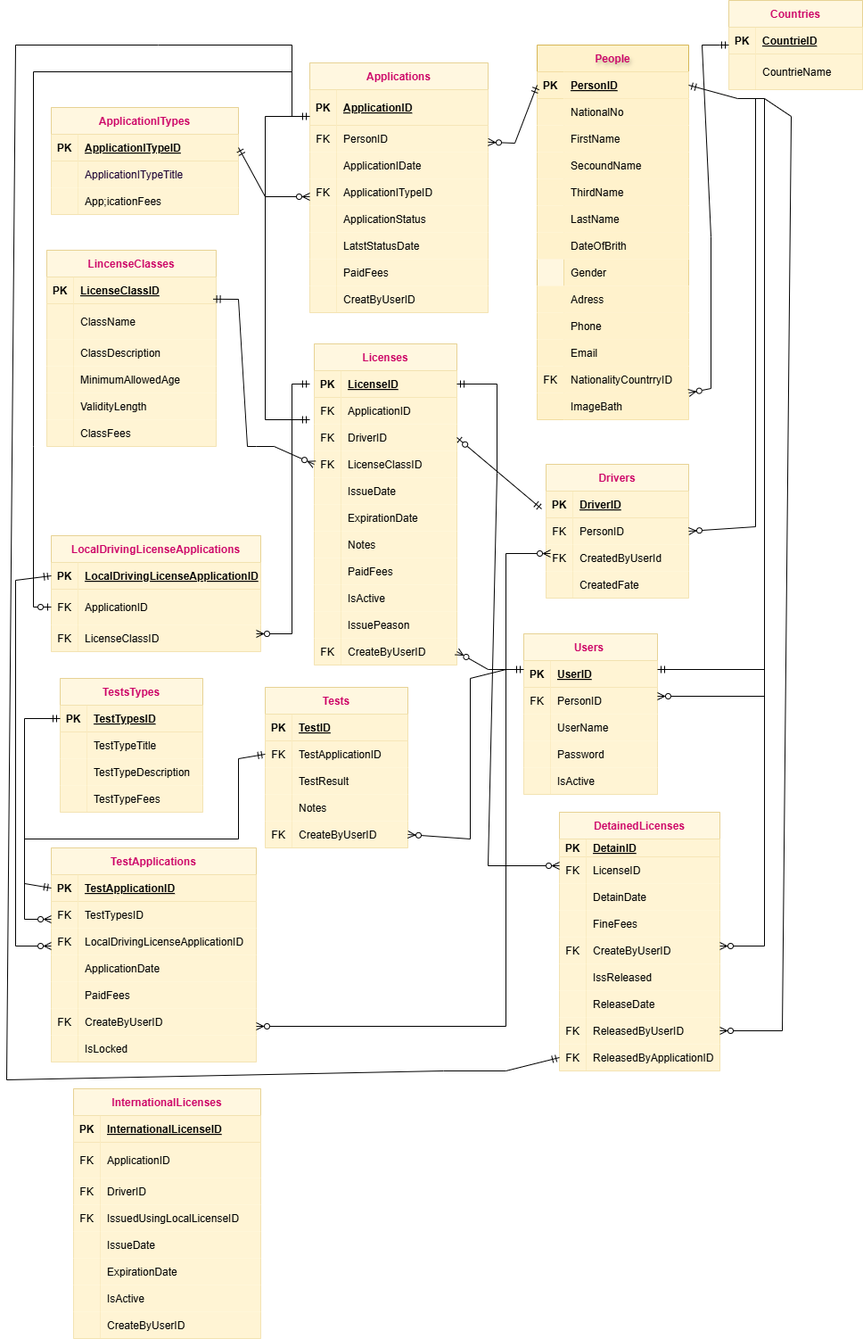
The draw.io diagram Untitled Diagram.drawio.png in azizadiab/Driving-License-Department, before a commit. Source tidied: cells renumbered, new cells last; positions are measured from the earlier drawing's top-left corner, leaving out a move shared by most shapes.
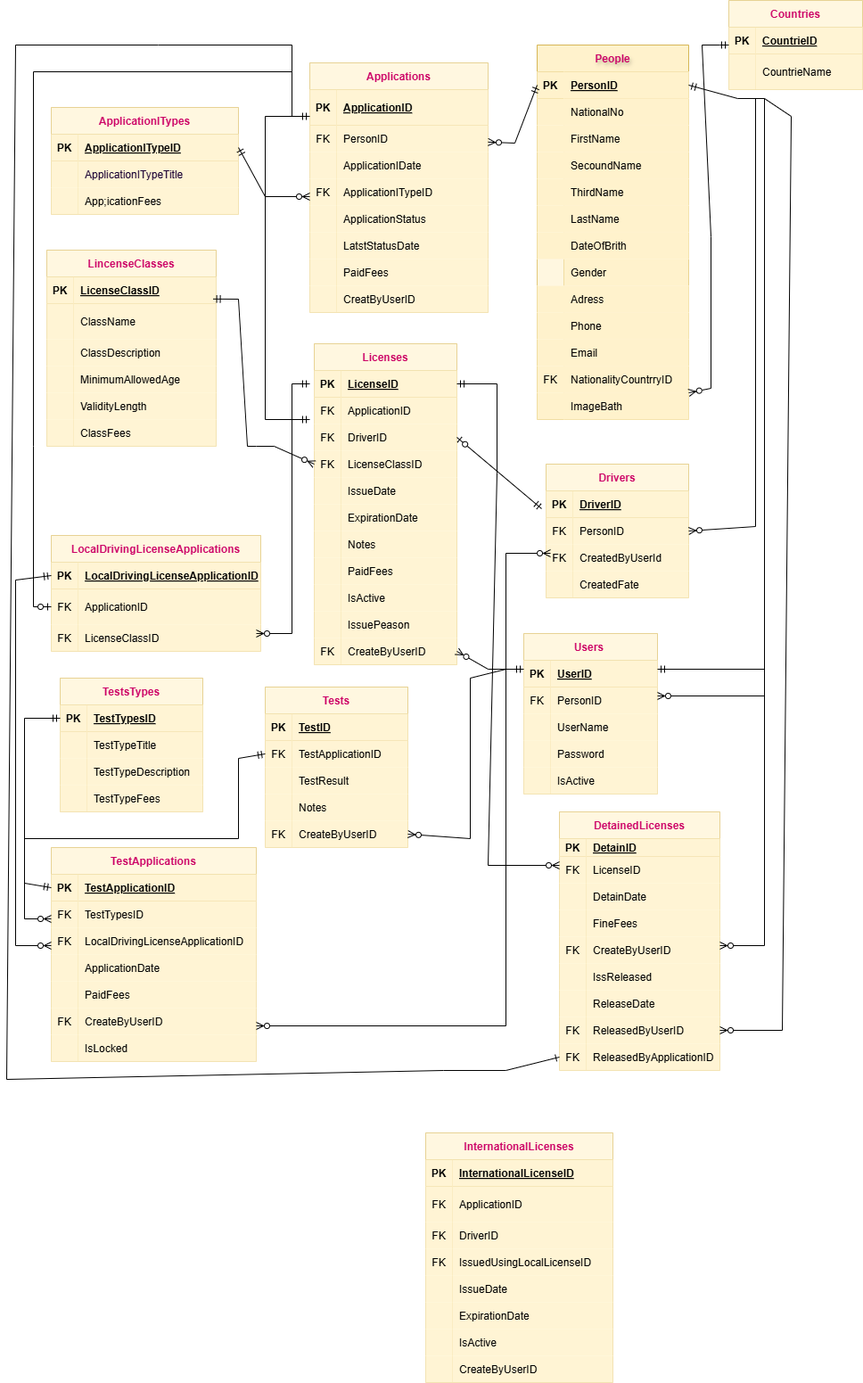
The same file after the commit.

Diff of the diagram source:
```diff
@@ -693,7 +693,7 @@
       <mxGeometry x="30" width="205" height="30" as="geometry" />
     </mxCell>
     <mxCell id="232" value="InternationalLicenses" style="shape=table;startSize=30;rowLines=0;fontStyle=1;align=center;opacity=60;fillColor=#fff2cc;strokeColor=#d6b656;fontColor=#CC0066;" parent="1" vertex="1">
-      <mxGeometry x="75" y="1220" width="210" height="280" as="geometry" />
+      <mxGeometry x="470" y="1270" width="210" height="280" as="geometry" />
     </mxCell>
     <mxCell id="233" style="shape=partialRectangle;fillColor=#fff2cc;top=0;left=0;right=0;bottom=1;opacity=60;strokeColor=#d6b656;" parent="232" vertex="1">
       <mxGeometry y="30" width="210" height="30" as="geometry" />
@@ -1022,7 +1022,7 @@
         </Array>
       </mxGeometry>
     </mxCell>
-    <mxCell id="300" style="endArrow=ERmandOne;html=1;rounded=0;entryX=0;entryY=0.5;entryDx=0;entryDy=0;endFill=0;" parent="1" edge="1" target="153">
+    <mxCell id="300" style="endArrow=ERone;html=1;rounded=0;entryX=0;entryY=0.5;entryDx=0;entryDy=0;endFill=0;" parent="1" edge="1" target="153">
       <mxGeometry relative="1" as="geometry">
         <mxPoint x="320" y="130" as="sourcePoint" />
         <Array as="points">
```
